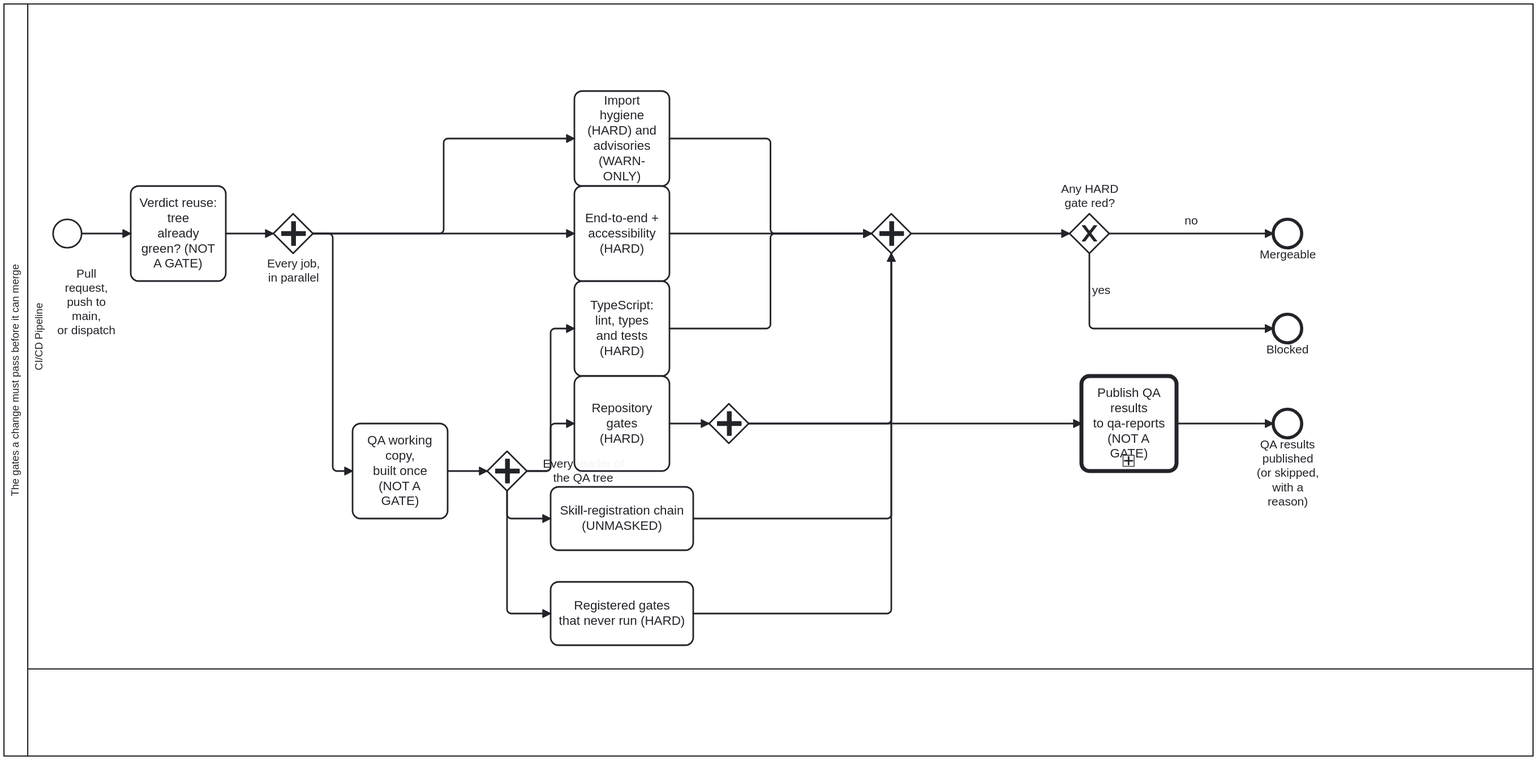
The BPMN diagram docs/assets/img/workflows/code-quality-gates.svg in litlfred/cat-harness, before a commit. Its source is kept beside it as processes/sdlc/code-quality-gates.bpmn. Ids are renumbered.
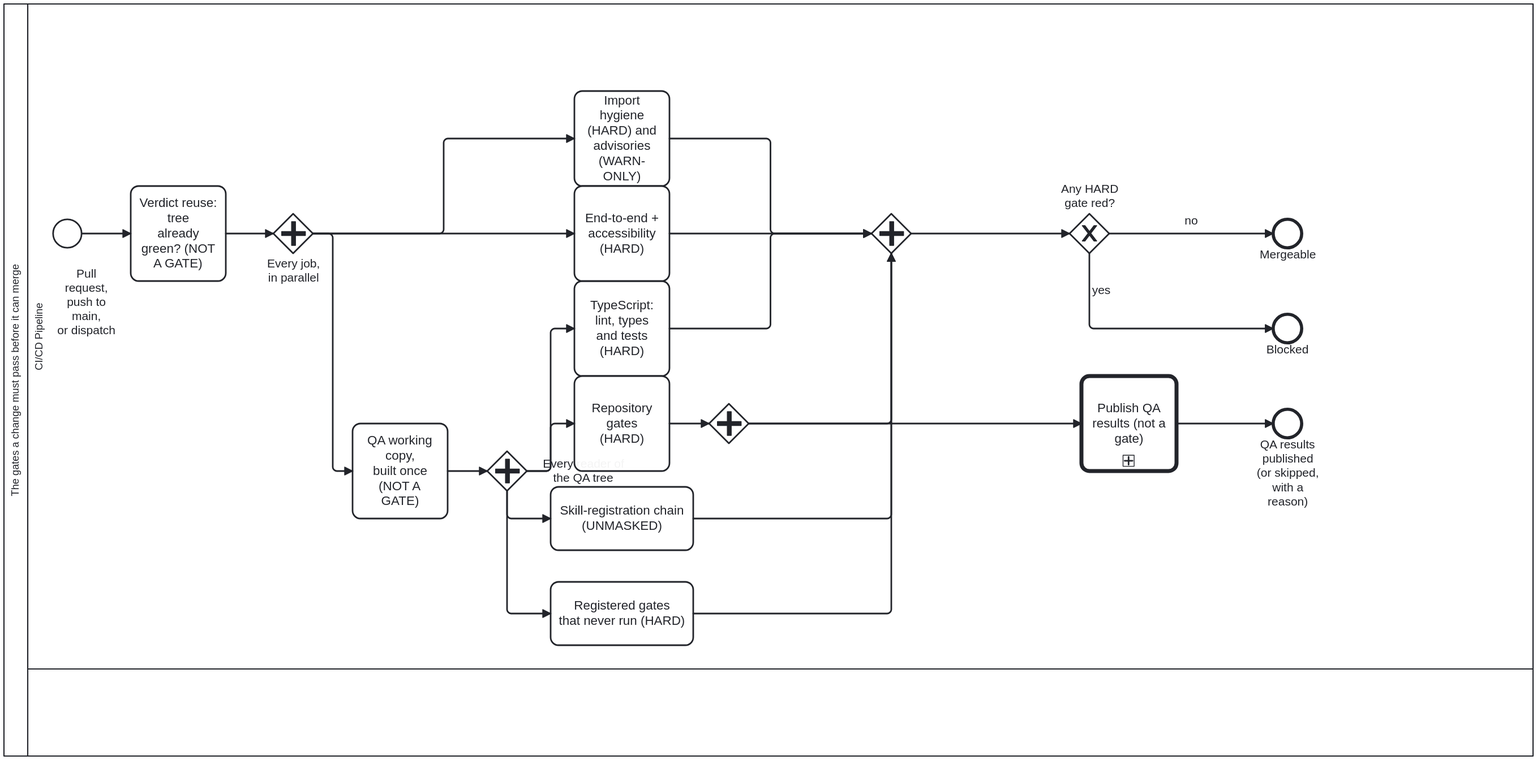
After the commit.

Diff of the diagram source:
```diff
@@ -158,7 +158,7 @@
     <bpmn:endEvent id="End_Fail" name="Blocked">
       <bpmn:incoming>Flow_13</bpmn:incoming>
     </bpmn:endEvent>
-    <bpmn:callActivity id="Task_QaPublish" name="Publish QA results&#10;to qa-reports (NOT A GATE)" calledElement="Process_QaPublish">
+    <bpmn:callActivity id="Task_QaPublish" name="Publish QA results (not a gate)" calledElement="Process_QaPublish">
       <bpmn:documentation>Bean `16ei`, arc `3fva`. After Task_RepositoryGates, WHATEVER it concluded (`needs:` its two corpus parts, with `always()`), and after Task_QaWorkingCopy, whose copy it restores and publishes rather than building a second time (bean `jtfk`), `qa:publish --github` writes this run's `test/results` trees to the orphan `qa-reports` branch: `main/&lt;sha&gt;/` on a push to main, `pr/&lt;n&gt;/&lt;head-sha&gt;/` on a same-repository PR (owner rulings D1, D3). A fork PR's token is read-only, so it is skipped with a `::notice` naming why. It does NOT reach GW_Join: a red publish is its own red and never decides mergeability, and the hard gates never wait on it. The only job here holding `contents: write`, which is also how `bun run cat gates` knows not to run it locally. A CALL ACTIVITY: the key derivation, the fork skip and the never-`-f` retry loop are `qa-publish.bpmn`, which also draws the retention run that takes entries off the branch again.</bpmn:documentation>
       <bpmn:extensionElements>
         <bootstrap.processes:skill ref="qa-reports"/>
```
